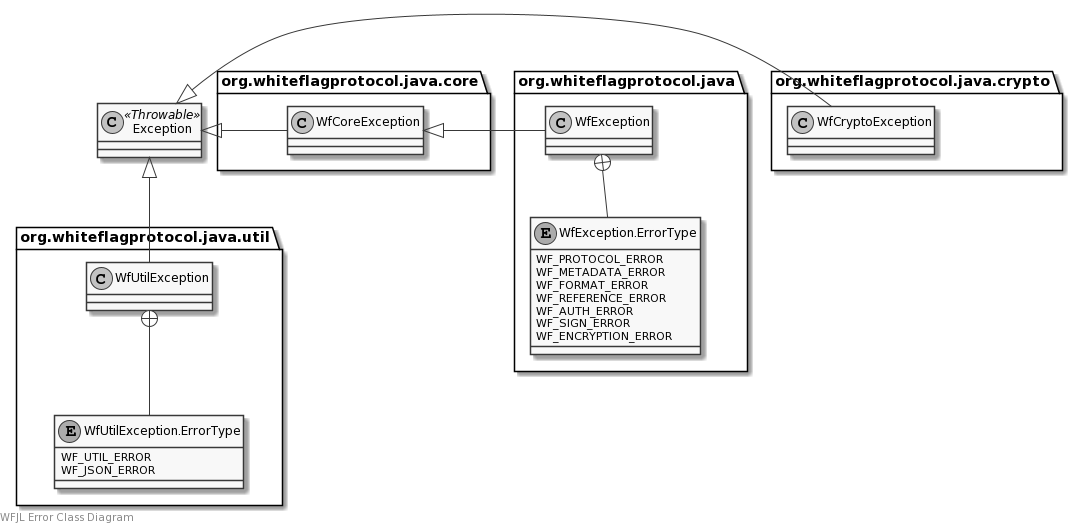
This is docs/uml/errors.png from WhiteflagProtocol/whiteflag-java, a PlantUML export, as it was before one commit.
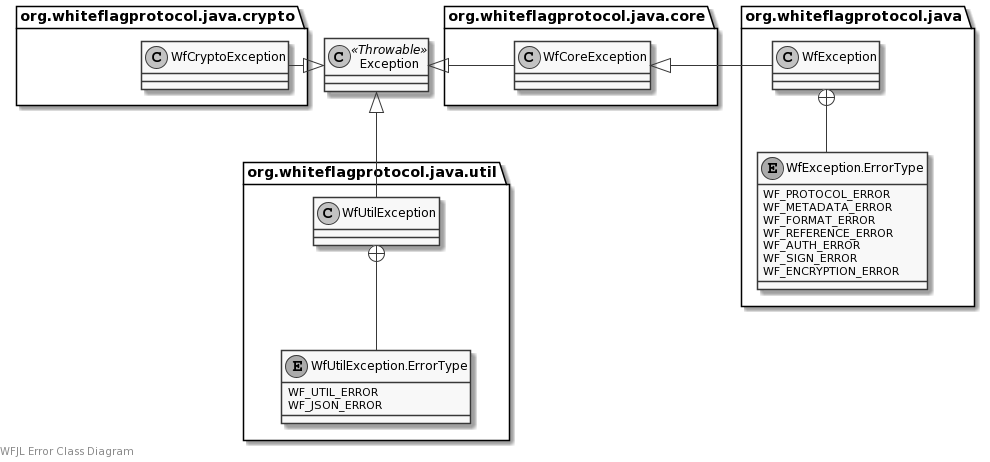
After the change.

The edit, as a diff of the source:
```diff
@@ -1,5 +1,6 @@
 @startuml
 skinparam monochrome true
+skinparam linetype ortho
 
 left footer WFJL Error Class Diagram
 
@@ -8,7 +9,6 @@
 package org.whiteflagprotocol.java.core {
     class WfCoreException
 }
-Exception <|- WfCoreException
 
 package org.whiteflagprotocol.java {
     class WfException
@@ -23,12 +23,10 @@
     }
     WfException +-- WfException.ErrorType
 }
-WfCoreException <|- WfException
 
 package org.whiteflagprotocol.java.crypto {
     class WfCryptoException
 }
-Exception <|- WfCryptoException
 
 package org.whiteflagprotocol.java.util {
     class WfUtilException
@@ -38,5 +36,11 @@
     }
     WfUtilException +-- WfUtilException.ErrorType
 }
+
+WfCryptoException -|> Exception
+
+Exception <|- WfCoreException
+WfCoreException <|- WfException
+
 Exception <|-- WfUtilException
 @enduml
```
